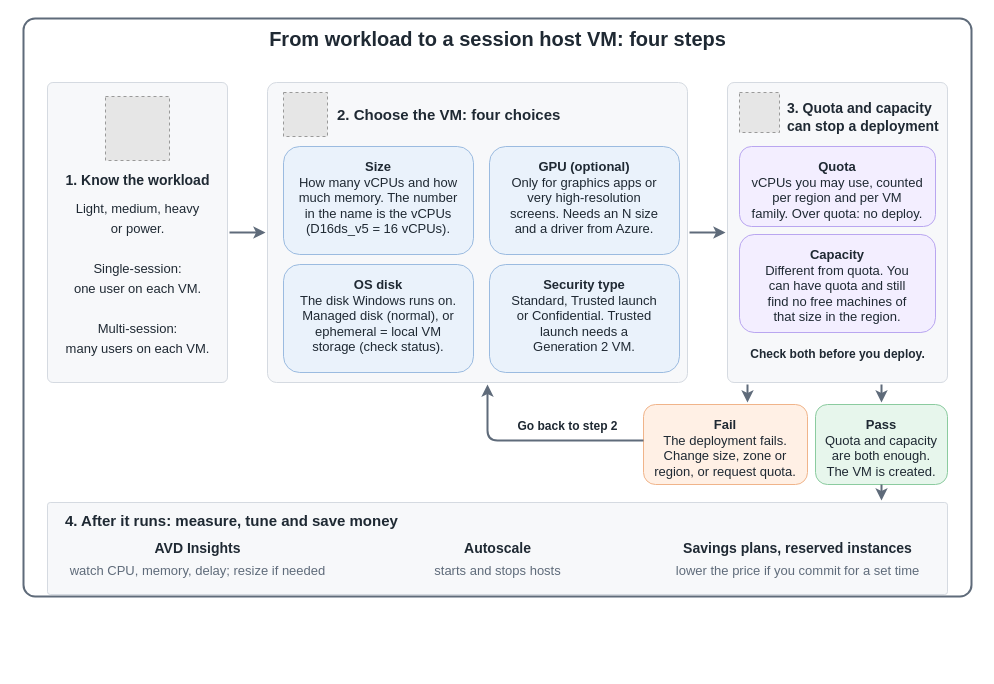
AddySidd27/cloud-ai-notes keeps this draw.io diagram as src/img/avd/AVD-Session-Host-VM-Size.drawio. Above is the earlier version. Source tidied: cells renumbered, new cells numbered last; positions are measured from the earlier drawing's top-left corner, leaving out a move shared by most shapes. Both pictures are drawn from the tidied source at 100%, with x=0, y=0 at pixel (23, 18). Pictures stored in the file or linked from it are replaced by grey dashed boxes.
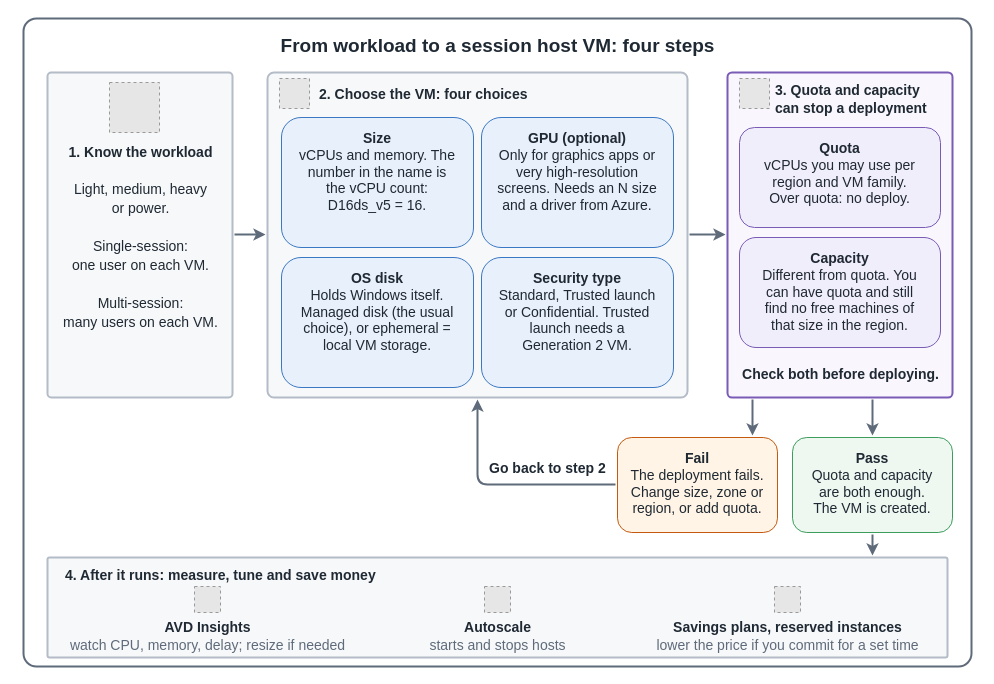
The same diagram, later.

Diff of the diagram source:
```diff
@@
     <mxCell id="2" style="rounded=1;arcSize=2;html=1;fillColor=#ffffff;strokeColor=#5f6b7a;strokeWidth=2;" parent="1" vertex="1">
-      <mxGeometry width="948" height="578" as="geometry" />
+      <mxGeometry width="948" height="648" as="geometry" />
     </mxCell>
-    <mxCell id="3" value="&lt;b&gt;From workload to a session host VM: four steps&lt;/b&gt;" style="text;html=1;align=center;verticalAlign=middle;fontSize=20;fontColor=#1f2933;" parent="1" vertex="1">
-      <mxGeometry x="124" y="8" width="700" height="24" as="geometry" />
+    <mxCell id="3" value="&lt;b&gt;From workload to a session host VM: four steps&lt;/b&gt;" style="text;html=1;align=center;verticalAlign=middle;fontSize=19;fontColor=#1f2933;" parent="1" vertex="1">
+      <mxGeometry x="-6" y="16" width="960" height="24" as="geometry" />
     </mxCell>
-    <mxCell id="4" style="rounded=1;arcSize=3;html=1;fillColor=#F7F8FA;strokeColor=#D5DAE1;" parent="1" vertex="1">
-      <mxGeometry x="24" y="64" width="180" height="300" as="geometry" />
+    <mxCell id="4" style="rounded=1;arcSize=2;html=1;fillColor=#f7f8fa;strokeColor=#b4bcc7;strokeWidth=2;" parent="1" vertex="1">
+      <mxGeometry x="24" y="54" width="185" height="325" as="geometry" />
     </mxCell>
     <mxCell id="5" style="fillColor=#E6E6E6;strokeColor=#999999;dashed=1;html=1;" parent="1" vertex="1">
-      <mxGeometry x="82" y="78" width="64" height="64" as="geometry" />
+      <mxGeometry x="86" y="64" width="50" height="50" as="geometry" />
     </mxCell>
     <mxCell id="6" value="&lt;b&gt;1. Know the workload&lt;/b&gt;" style="text;html=1;align=center;verticalAlign=middle;fontSize=14;fontColor=#1f2933;" parent="1" vertex="1">
-      <mxGeometry x="24" y="150" width="180" height="24" as="geometry" />
+      <mxGeometry x="24" y="122" width="185" height="24" as="geometry" />
     </mxCell>
-    <mxCell id="7" value="Light, medium, heavy" style="text;html=1;align=center;verticalAlign=middle;fontSize=13;fontColor=#1f2933;" parent="1" vertex="1">
-      <mxGeometry x="24" y="178" width="180" height="24" as="geometry" />
+    <mxCell id="7" value="Light, medium, heavy" style="text;html=1;align=center;verticalAlign=middle;fontSize=14;fontColor=#1f2933;" parent="1" vertex="1">
+      <mxGeometry x="24" y="159" width="185" height="24" as="geometry" />
     </mxCell>
-    <mxCell id="8" value="or power." style="text;html=1;align=center;verticalAlign=middle;fontSize=13;fontColor=#1f2933;" parent="1" vertex="1">
-      <mxGeometry x="24" y="198" width="180" height="24" as="geometry" />
+    <mxCell id="8" value="or power." style="text;html=1;align=center;verticalAlign=middle;fontSize=14;fontColor=#1f2933;" parent="1" vertex="1">
+      <mxGeometry x="24" y="178" width="185" height="24" as="geometry" />
     </mxCell>
-    <mxCell id="9" value="Single-session:" style="text;html=1;align=center;verticalAlign=middle;fontSize=13;fontColor=#1f2933;" parent="1" vertex="1">
-      <mxGeometry x="24" y="238" width="180" height="24" as="geometry" />
+    <mxCell id="9" style="text;html=1;align=center;verticalAlign=middle;fontSize=14;fontColor=#1f2933;" parent="1" vertex="1">
+      <mxGeometry x="24" y="197" width="185" height="24" as="geometry" />
     </mxCell>
-    <mxCell id="10" value="one user on each VM." style="text;html=1;align=center;verticalAlign=middle;fontSize=13;fontColor=#1f2933;" parent="1" vertex="1">
-      <mxGeometry x="24" y="258" width="180" height="24" as="geometry" />
+    <mxCell id="10" value="Single-session:" style="text;html=1;align=center;verticalAlign=middle;fontSize=14;fontColor=#1f2933;" parent="1" vertex="1">
+      <mxGeometry x="24" y="216" width="185" height="24" as="geometry" />
     </mxCell>
-    <mxCell id="11" value="Multi-session:" style="text;html=1;align=center;verticalAlign=middle;fontSize=13;fontColor=#1f2933;" parent="1" vertex="1">
-      <mxGeometry x="24" y="298" width="180" height="24" as="geometry" />
+    <mxCell id="11" value="one user on each VM." style="text;html=1;align=center;verticalAlign=middle;fontSize=14;fontColor=#1f2933;" parent="1" vertex="1">
+      <mxGeometry x="24" y="235" width="185" height="24" as="geometry" />
     </mxCell>
-    <mxCell id="12" value="many users on each VM." style="text;html=1;align=center;verticalAlign=middle;fontSize=13;fontColor=#1f2933;" parent="1" vertex="1">
-      <mxGeometry x="24" y="318" width="180" height="24" as="geometry" />
+    <mxCell id="12" style="text;html=1;align=center;verticalAlign=middle;fontSize=14;fontColor=#1f2933;" parent="1" vertex="1">
+      <mxGeometry x="24" y="254" width="185" height="24" as="geometry" />
     </mxCell>
-    <mxCell id="13" style="edgeStyle=none;html=1;endArrow=classic;strokeColor=#5f6b7a;strokeWidth=2;" parent="1" edge="1">
-      <mxGeometry relative="1" as="geometry">
-        <mxPoint x="206" y="214" as="sourcePoint" />
-        <mxPoint x="242" y="214" as="targetPoint" />
-      </mxGeometry>
+    <mxCell id="13" value="Multi-session:" style="text;html=1;align=center;verticalAlign=middle;fontSize=14;fontColor=#1f2933;" parent="1" vertex="1">
+      <mxGeometry x="24" y="273" width="185" height="24" as="geometry" />
     </mxCell>
-    <mxCell id="14" style="rounded=1;arcSize=3;html=1;fillColor=#F7F8FA;strokeColor=#D5DAE1;" parent="1" vertex="1">
-      <mxGeometry x="244" y="64" width="420" height="300" as="geometry" />
+    <mxCell id="14" value="many users on each VM." style="text;html=1;align=center;verticalAlign=middle;fontSize=14;fontColor=#1f2933;" parent="1" vertex="1">
+      <mxGeometry x="24" y="292" width="185" height="24" as="geometry" />
     </mxCell>
-    <mxCell id="15" style="fillColor=#E6E6E6;strokeColor=#999999;dashed=1;html=1;" parent="1" vertex="1">
-      <mxGeometry x="260" y="74" width="44" height="44" as="geometry" />
+    <mxCell id="15" style="rounded=1;arcSize=2;html=1;fillColor=#f7f8fa;strokeColor=#b4bcc7;strokeWidth=2;" parent="1" vertex="1">
+      <mxGeometry x="244" y="54" width="420" height="325" as="geometry" />
     </mxCell>
-    <mxCell id="16" value="&lt;b&gt;2. Choose the VM: four choices&lt;/b&gt;" style="text;html=1;align=left;verticalAlign=middle;fontSize=15;fontColor=#1f2933;" parent="1" vertex="1">
-      <mxGeometry x="312" y="84" width="330" height="24" as="geometry" />
+    <mxCell id="16" style="fillColor=#E6E6E6;strokeColor=#999999;dashed=1;html=1;" parent="1" vertex="1">
+      <mxGeometry x="256" y="60" width="30" height="30" as="geometry" />
     </mxCell>
-    <mxCell id="17" value="&lt;b&gt;Size&lt;/b&gt;&lt;br&gt;How many vCPUs and how&lt;br&gt;much memory. The number&lt;br&gt;in the name is the vCPUs&lt;br&gt;(D16ds_v5 = 16 vCPUs)." style="rounded=1;whiteSpace=wrap;html=1;fillColor=#eaf2fb;strokeColor=#9bbbe0;fontSize=13;fontColor=#1f2933;verticalAlign=top;spacingTop=6;" parent="1" vertex="1">
-      <mxGeometry x="260" y="128" width="190" height="108" as="geometry" />
+    <mxCell id="17" value="&lt;b&gt;2. Choose the VM: four choices&lt;/b&gt;" style="text;html=1;align=left;verticalAlign=middle;fontSize=14;fontColor=#1f2933;" parent="1" vertex="1">
+      <mxGeometry x="294" y="64" width="350" height="24" as="geometry" />
     </mxCell>
-    <mxCell id="18" value="&lt;b&gt;GPU (optional)&lt;/b&gt;&lt;br&gt;Only for graphics apps or&lt;br&gt;very high-resolution&lt;br&gt;screens. Needs an N size&lt;br&gt;and a driver from Azure." style="rounded=1;whiteSpace=wrap;html=1;fillColor=#eaf2fb;strokeColor=#9bbbe0;fontSize=13;fontColor=#1f2933;verticalAlign=top;spacingTop=6;" parent="1" vertex="1">
-      <mxGeometry x="466" y="128" width="190" height="108" as="geometry" />
+    <mxCell id="18" value="&lt;b&gt;Size&lt;/b&gt;&lt;br&gt;vCPUs and memory. The&lt;br&gt;number in the name is&lt;br&gt;the vCPU count:&lt;br&gt;D16ds_v5 = 16." style="rounded=1;whiteSpace=wrap;html=1;fillColor=#e8f0fb;strokeColor=#3b78c4;fontSize=14;fontColor=#1f2933;verticalAlign=top;spacingTop=6;" parent="1" vertex="1">
+      <mxGeometry x="258" y="99" width="192" height="130" as="geometry" />
     </mxCell>
-    <mxCell id="19" value="&lt;b&gt;OS disk&lt;/b&gt;&lt;br&gt;The disk Windows runs on.&lt;br&gt;Managed disk (normal), or&lt;br&gt;ephemeral = local VM&lt;br&gt;storage (check status)." style="rounded=1;whiteSpace=wrap;html=1;fillColor=#eaf2fb;strokeColor=#9bbbe0;fontSize=13;fontColor=#1f2933;verticalAlign=top;spacingTop=6;" parent="1" vertex="1">
-      <mxGeometry x="260" y="246" width="190" height="108" as="geometry" />
+    <mxCell id="19" value="&lt;b&gt;GPU (optional)&lt;/b&gt;&lt;br&gt;Only for graphics apps or&lt;br&gt;very high-resolution&lt;br&gt;screens. Needs an N size&lt;br&gt;and a driver from Azure." style="rounded=1;whiteSpace=wrap;html=1;fillColor=#e8f0fb;strokeColor=#3b78c4;fontSize=14;fontColor=#1f2933;verticalAlign=top;spacingTop=6;" parent="1" vertex="1">
+      <mxGeometry x="458" y="99" width="192" height="130" as="geometry" />
     </mxCell>
-    <mxCell id="20" value="&lt;b&gt;Security type&lt;/b&gt;&lt;br&gt;Standard, Trusted launch&lt;br&gt;or Confidential. Trusted&lt;br&gt;launch needs a&lt;br&gt;Generation 2 VM." style="rounded=1;whiteSpace=wrap;html=1;fillColor=#eaf2fb;strokeColor=#9bbbe0;fontSize=13;fontColor=#1f2933;verticalAlign=top;spacingTop=6;" parent="1" vertex="1">
-      <mxGeometry x="466" y="246" width="190" height="108" as="geometry" />
+    <mxCell id="20" value="&lt;b&gt;OS disk&lt;/b&gt;&lt;br&gt;Holds Windows itself.&lt;br&gt;Managed disk (the usual&lt;br&gt;choice), or ephemeral =&lt;br&gt;local VM storage." style="rounded=1;whiteSpace=wrap;html=1;fillColor=#e8f0fb;strokeColor=#3b78c4;fontSize=14;fontColor=#1f2933;verticalAlign=top;spacingTop=6;" parent="1" vertex="1">
+      <mxGeometry x="258" y="239" width="192" height="130" as="geometry" />
     </mxCell>
-    <mxCell id="21" style="edgeStyle=none;html=1;endArrow=classic;strokeColor=#5f6b7a;strokeWidth=2;" parent="1" edge="1">
-      <mxGeometry relative="1" as="geometry">
-        <mxPoint x="666" y="214" as="sourcePoint" />
-        <mxPoint x="702" y="214" as="targetPoint" />
-      </mxGeometry>
+    <mxCell id="21" value="&lt;b&gt;Security type&lt;/b&gt;&lt;br&gt;Standard, Trusted launch&lt;br&gt;or Confidential. Trusted&lt;br&gt;launch needs a&lt;br&gt;Generation 2 VM." style="rounded=1;whiteSpace=wrap;html=1;fillColor=#e8f0fb;strokeColor=#3b78c4;fontSize=14;fontColor=#1f2933;verticalAlign=top;spacingTop=6;" parent="1" vertex="1">
+      <mxGeometry x="458" y="239" width="192" height="130" as="geometry" />
     </mxCell>
-    <mxCell id="22" style="rounded=1;arcSize=3;html=1;fillColor=#F7F8FA;strokeColor=#D5DAE1;" parent="1" vertex="1">
-      <mxGeometry x="704" y="64" width="220" height="300" as="geometry" />
+    <mxCell id="22" style="rounded=1;arcSize=2;html=1;fillColor=#f9f7fd;strokeColor=#7a5bb5;strokeWidth=2;" parent="1" vertex="1">
+      <mxGeometry x="704" y="54" width="225" height="325" as="geometry" />
     </mxCell>
     <mxCell id="23" style="fillColor=#E6E6E6;strokeColor=#999999;dashed=1;html=1;" parent="1" vertex="1">
-      <mxGeometry x="716" y="74" width="40" height="40" as="geometry" />
+      <mxGeometry x="716" y="60" width="30" height="30" as="geometry" />
     </mxCell>
     <mxCell id="24" value="&lt;b&gt;3. Quota and capacity&lt;/b&gt;" style="text;html=1;align=left;verticalAlign=middle;fontSize=14;fontColor=#1f2933;" parent="1" vertex="1">
-      <mxGeometry x="762" y="78" width="160" height="24" as="geometry" />
+      <mxGeometry x="750" y="60" width="175" height="24" as="geometry" />
     </mxCell>
     <mxCell id="25" value="&lt;b&gt;can stop a deployment&lt;/b&gt;" style="text;html=1;align=left;verticalAlign=middle;fontSize=14;fontColor=#1f2933;" parent="1" vertex="1">
-      <mxGeometry x="762" y="96" width="160" height="24" as="geometry" />
+      <mxGeometry x="750" y="78" width="175" height="24" as="geometry" />
     </mxCell>
-    <mxCell id="26" value="&lt;b&gt;Quota&lt;/b&gt;&lt;br&gt;vCPUs you may use, counted&lt;br&gt;per region and per VM&lt;br&gt;family. Over quota: no deploy." style="rounded=1;whiteSpace=wrap;html=1;fillColor=#f3eeff;strokeColor=#b9a6f0;fontSize=13;fontColor=#1f2933;verticalAlign=top;spacingTop=6;" parent="1" vertex="1">
-      <mxGeometry x="716" y="128" width="196" height="80" as="geometry" />
+    <mxCell id="26" value="&lt;b&gt;Quota&lt;/b&gt;&lt;br&gt;vCPUs you may use per&lt;br&gt;region and VM family.&lt;br&gt;Over quota: no deploy." style="rounded=1;whiteSpace=wrap;html=1;fillColor=#f1eefb;strokeColor=#7a5bb5;fontSize=14;fontColor=#1f2933;verticalAlign=top;spacingTop=6;" parent="1" vertex="1">
+      <mxGeometry x="716" y="109" width="201" height="100" as="geometry" />
     </mxCell>
-    <mxCell id="27" value="&lt;b&gt;Capacity&lt;/b&gt;&lt;br&gt;Different from quota. You&lt;br&gt;can have quota and still&lt;br&gt;find no free machines of&lt;br&gt;that size in the region." style="rounded=1;whiteSpace=wrap;html=1;fillColor=#f3eeff;strokeColor=#b9a6f0;fontSize=13;fontColor=#1f2933;verticalAlign=top;spacingTop=6;" parent="1" vertex="1">
-      <mxGeometry x="716" y="216" width="196" height="98" as="geometry" />
+    <mxCell id="27" value="&lt;b&gt;Capacity&lt;/b&gt;&lt;br&gt;Different from quota. You&lt;br&gt;can have quota and still&lt;br&gt;find no free machines of&lt;br&gt;that size in the region." style="rounded=1;whiteSpace=wrap;html=1;fillColor=#f1eefb;strokeColor=#7a5bb5;fontSize=14;fontColor=#1f2933;verticalAlign=top;spacingTop=6;" parent="1" vertex="1">
+      <mxGeometry x="716" y="219" width="201" height="110" as="geometry" />
     </mxCell>
-    <mxCell id="28" value="&lt;b&gt;Check both before you deploy.&lt;/b&gt;" style="text;html=1;align=center;verticalAlign=middle;fontSize=12;fontColor=#1f2933;" parent="1" vertex="1">
-      <mxGeometry x="716" y="324" width="196" height="24" as="geometry" />
+    <mxCell id="28" value="&lt;b&gt;Check both before deploying.&lt;/b&gt;" style="text;html=1;align=center;verticalAlign=middle;fontSize=14;fontColor=#1f2933;" parent="1" vertex="1">
+      <mxGeometry x="716" y="344" width="201" height="24" as="geometry" />
     </mxCell>
-    <mxCell id="29" value="&lt;b&gt;Fail&lt;/b&gt;&lt;br&gt;The deployment fails.&lt;br&gt;Change size, zone or&lt;br&gt;region, or request quota." style="rounded=1;whiteSpace=wrap;html=1;fillColor=#fff0e5;strokeColor=#f0b48a;fontSize=13;fontColor=#1f2933;verticalAlign=top;spacingTop=6;" parent="1" vertex="1">
-      <mxGeometry x="620" y="386" width="164" height="80" as="geometry" />
+    <mxCell id="29" style="edgeStyle=none;html=1;endArrow=classic;strokeColor=#5f6b7a;strokeWidth=2;" parent="1" edge="1">
+      <mxGeometry relative="1" as="geometry">
+        <mxPoint x="211" y="216" as="sourcePoint" />
+        <mxPoint x="242" y="216" as="targetPoint" />
+      </mxGeometry>
     </mxCell>
-    <mxCell id="30" value="&lt;b&gt;Pass&lt;/b&gt;&lt;br&gt;Quota and capacity&lt;br&gt;are both enough.&lt;br&gt;The VM is created." style="rounded=1;whiteSpace=wrap;html=1;fillColor=#e7f6ec;strokeColor=#8bcb9f;fontSize=13;fontColor=#1f2933;verticalAlign=top;spacingTop=6;" parent="1" vertex="1">
-      <mxGeometry x="792" y="386" width="132" height="80" as="geometry" />
+    <mxCell id="30" style="edgeStyle=none;html=1;endArrow=classic;strokeColor=#5f6b7a;strokeWidth=2;" parent="1" edge="1">
+      <mxGeometry relative="1" as="geometry">
+        <mxPoint x="666" y="216" as="sourcePoint" />
+        <mxPoint x="702" y="216" as="targetPoint" />
+      </mxGeometry>
     </mxCell>
-    <mxCell id="31" style="edgeStyle=none;html=1;endArrow=classic;strokeColor=#5f6b7a;strokeWidth=2;" parent="1" edge="1">
-      <mxGeometry relative="1" as="geometry">
-        <mxPoint x="724" y="366" as="sourcePoint" />
-        <mxPoint x="724" y="384" as="targetPoint" />
-      </mxGeometry>
+    <mxCell id="31" value="&lt;b&gt;Fail&lt;/b&gt;&lt;br&gt;The deployment fails.&lt;br&gt;Change size, zone or&lt;br&gt;region, or add quota." style="rounded=1;whiteSpace=wrap;html=1;fillColor=#fff4e5;strokeColor=#c45a10;fontSize=14;fontColor=#1f2933;verticalAlign=top;spacingTop=6;" parent="1" vertex="1">
+      <mxGeometry x="594" y="419" width="160" height="95" as="geometry" />
     </mxCell>
-    <mxCell id="32" style="edgeStyle=none;html=1;endArrow=classic;strokeColor=#5f6b7a;strokeWidth=2;" parent="1" edge="1">
-      <mxGeometry relative="1" as="geometry">
-        <mxPoint x="858" y="366" as="sourcePoint" />
-        <mxPoint x="858" y="384" as="targetPoint" />
-      </mxGeometry>
+    <mxCell id="32" value="&lt;b&gt;Pass&lt;/b&gt;&lt;br&gt;Quota and capacity&lt;br&gt;are both enough.&lt;br&gt;The VM is created." style="rounded=1;whiteSpace=wrap;html=1;fillColor=#eef7f0;strokeColor=#3c9d5d;fontSize=14;fontColor=#1f2933;verticalAlign=top;spacingTop=6;" parent="1" vertex="1">
+      <mxGeometry x="769" y="419" width="160" height="95" as="geometry" />
     </mxCell>
     <mxCell id="33" style="edgeStyle=none;html=1;endArrow=classic;strokeColor=#5f6b7a;strokeWidth=2;" parent="1" edge="1">
       <mxGeometry relative="1" as="geometry">
-        <mxPoint x="620" y="422" as="sourcePoint" />
-        <mxPoint x="464" y="366" as="targetPoint" />
-        <Array as="points">
-          <mxPoint x="464" y="422" />
-        </Array>
+        <mxPoint x="729" y="381" as="sourcePoint" />
+        <mxPoint x="729" y="417" as="targetPoint" />
       </mxGeometry>
     </mxCell>
-    <mxCell id="34" value="&lt;b&gt;Go back to step 2&lt;/b&gt;" style="text;html=1;align=center;verticalAlign=middle;fontSize=12;fontColor=#1f2933;" parent="1" vertex="1">
-      <mxGeometry x="474" y="396" width="140" height="24" as="geometry" />
+    <mxCell id="34" style="edgeStyle=none;html=1;endArrow=classic;strokeColor=#5f6b7a;strokeWidth=2;" parent="1" edge="1">
+      <mxGeometry relative="1" as="geometry">
+        <mxPoint x="849" y="381" as="sourcePoint" />
+        <mxPoint x="849" y="417" as="targetPoint" />
+      </mxGeometry>
     </mxCell>
     <mxCell id="35" style="edgeStyle=none;html=1;endArrow=classic;strokeColor=#5f6b7a;strokeWidth=2;" parent="1" edge="1">
       <mxGeometry relative="1" as="geometry">
-        <mxPoint x="858" y="466" as="sourcePoint" />
-        <mxPoint x="858" y="482" as="targetPoint" />
+        <mxPoint x="592" y="466" as="sourcePoint" />
+        <mxPoint x="454" y="381" as="targetPoint" />
+        <Array as="points">
+          <mxPoint x="454" y="466" />
+        </Array>
       </mxGeometry>
     </mxCell>
-    <mxCell id="36" style="rounded=1;arcSize=3;html=1;fillColor=#F7F8FA;strokeColor=#D5DAE1;" parent="1" vertex="1">
-      <mxGeometry x="24" y="484" width="900" height="92" as="geometry" />
+    <mxCell id="36" value="&lt;b&gt;Go back to step 2&lt;/b&gt;" style="text;html=1;align=left;verticalAlign=middle;fontSize=14;fontColor=#1f2933;" parent="1" vertex="1">
+      <mxGeometry x="464" y="438" width="130" height="24" as="geometry" />
     </mxCell>
-    <mxCell id="37" value="&lt;b&gt;4. After it runs: measure, tune and save money&lt;/b&gt;" style="text;html=1;align=left;verticalAlign=middle;fontSize=15;fontColor=#1f2933;" parent="1" vertex="1">
-      <mxGeometry x="40" y="490" width="700" height="24" as="geometry" />
+    <mxCell id="37" style="edgeStyle=none;html=1;endArrow=classic;strokeColor=#5f6b7a;strokeWidth=2;" parent="1" edge="1">
+      <mxGeometry relative="1" as="geometry">
+        <mxPoint x="849" y="516" as="sourcePoint" />
+        <mxPoint x="849" y="537" as="targetPoint" />
+      </mxGeometry>
     </mxCell>
-    <mxCell id="38" value="&lt;b&gt;AVD Insights&lt;/b&gt;" style="text;html=1;align=center;verticalAlign=middle;fontSize=14;fontColor=#1f2933;" parent="1" vertex="1">
-      <mxGeometry x="34" y="518" width="280" height="24" as="geometry" />
+    <mxCell id="38" style="rounded=1;arcSize=2;html=1;fillColor=#f7f8fa;strokeColor=#b4bcc7;strokeWidth=2;" parent="1" vertex="1">
+      <mxGeometry x="24" y="539" width="900" height="100" as="geometry" />
     </mxCell>
-    <mxCell id="39" value="watch CPU, memory, delay; resize if needed" style="text;html=1;align=center;verticalAlign=middle;fontSize=13;fontColor=#5f6b7a;" parent="1" vertex="1">
-      <mxGeometry x="34" y="540" width="280" height="24" as="geometry" />
+    <mxCell id="39" value="&lt;b&gt;4. After it runs: measure, tune and save money&lt;/b&gt;" style="text;html=1;align=left;verticalAlign=middle;fontSize=14;fontColor=#1f2933;" parent="1" vertex="1">
+      <mxGeometry x="40" y="545" width="700" height="24" as="geometry" />
     </mxCell>
-    <mxCell id="40" value="&lt;b&gt;Autoscale&lt;/b&gt;" style="text;html=1;align=center;verticalAlign=middle;fontSize=14;fontColor=#1f2933;" parent="1" vertex="1">
-      <mxGeometry x="334" y="518" width="280" height="24" as="geometry" />
+    <mxCell id="40" style="fillColor=#E6E6E6;strokeColor=#999999;dashed=1;html=1;" parent="1" vertex="1">
+      <mxGeometry x="171" y="568" width="26" height="26" as="geometry" />
     </mxCell>
-    <mxCell id="41" value="starts and stops hosts" style="text;html=1;align=center;verticalAlign=middle;fontSize=13;fontColor=#5f6b7a;" parent="1" vertex="1">
-      <mxGeometry x="334" y="540" width="280" height="24" as="geometry" />
+    <mxCell id="41" value="&lt;b&gt;AVD Insights&lt;/b&gt;" style="text;html=1;align=center;verticalAlign=middle;fontSize=14;fontColor=#1f2933;" parent="1" vertex="1">
+      <mxGeometry x="39" y="597" width="290" height="24" as="geometry" />
     </mxCell>
-    <mxCell id="42" value="&lt;b&gt;Savings plans, reserved instances&lt;/b&gt;" style="text;html=1;align=center;verticalAlign=middle;fontSize=14;fontColor=#1f2933;" parent="1" vertex="1">
-      <mxGeometry x="634" y="518" width="280" height="24" as="geometry" />
+    <mxCell id="42" value="watch CPU, memory, delay; resize if needed" style="text;html=1;align=center;verticalAlign=middle;fontSize=14;fontColor=#5f6b7a;" parent="1" vertex="1">
+      <mxGeometry x="39" y="615" width="290" height="24" as="geometry" />
     </mxCell>
-    <mxCell id="43" value="lower the price if you commit for a set time" style="text;html=1;align=center;verticalAlign=middle;fontSize=13;fontColor=#5f6b7a;" parent="1" vertex="1">
-      <mxGeometry x="634" y="540" width="280" height="24" as="geometry" />
+    <mxCell id="43" style="fillColor=#E6E6E6;strokeColor=#999999;dashed=1;html=1;" parent="1" vertex="1">
+      <mxGeometry x="461" y="568" width="26" height="26" as="geometry" />
     </mxCell>
+    <mxCell id="44" value="&lt;b&gt;Autoscale&lt;/b&gt;" style="text;html=1;align=center;verticalAlign=middle;fontSize=14;fontColor=#1f2933;" parent="1" vertex="1">
+      <mxGeometry x="329" y="597" width="290" height="24" as="geometry" />
+    </mxCell>
+    <mxCell id="45" value="starts and stops hosts" style="text;html=1;align=center;verticalAlign=middle;fontSize=14;fontColor=#5f6b7a;" parent="1" vertex="1">
+      <mxGeometry x="329" y="615" width="290" height="24" as="geometry" />
+    </mxCell>
+    <mxCell id="46" style="fillColor=#E6E6E6;strokeColor=#999999;dashed=1;html=1;" parent="1" vertex="1">
+      <mxGeometry x="751" y="568" width="26" height="26" as="geometry" />
+    </mxCell>
+    <mxCell id="47" value="&lt;b&gt;Savings plans, reserved instances&lt;/b&gt;" style="text;html=1;align=center;verticalAlign=middle;fontSize=14;fontColor=#1f2933;" parent="1" vertex="1">
+      <mxGeometry x="619" y="597" width="290" height="24" as="geometry" />
+    </mxCell>
+    <mxCell id="48" value="lower the price if you commit for a set time" style="text;html=1;align=center;verticalAlign=middle;fontSize=14;fontColor=#5f6b7a;" parent="1" vertex="1">
+      <mxGeometry x="619" y="615" width="290" height="24" as="geometry" />
+    </mxCell>
```
